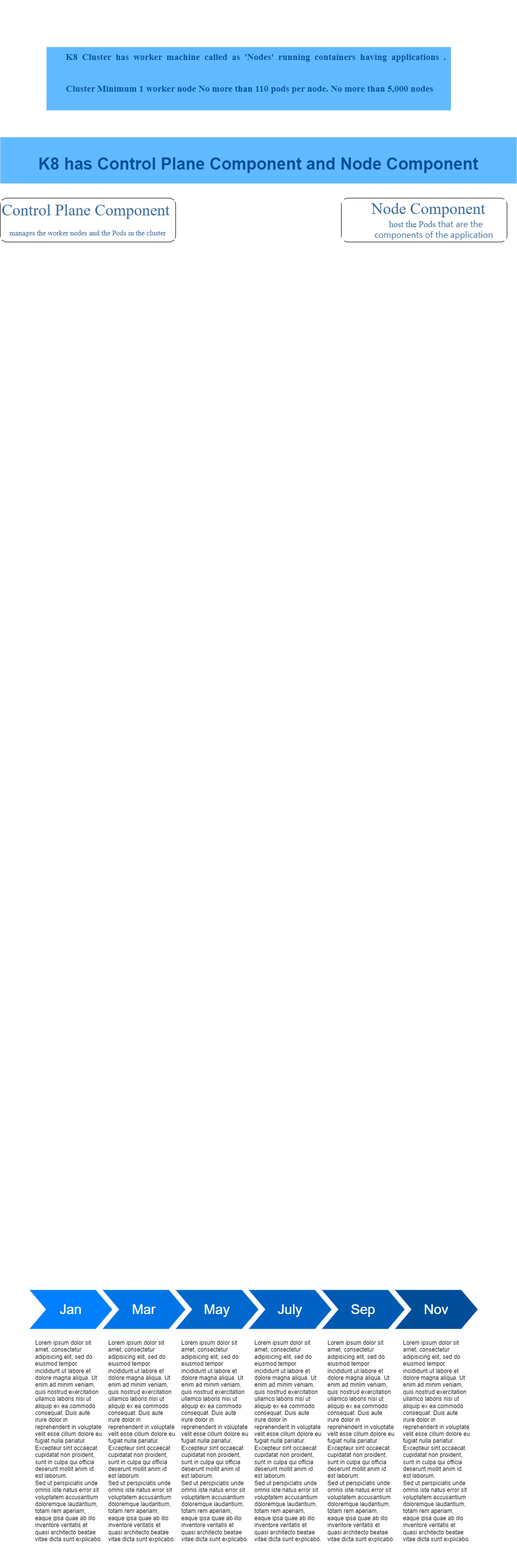
Before: k8 components.drawio.png, a diagram exported from draw.io (zagianp/website1). Source tidied: cells renumbered, new cells last; positions are measured from the earlier drawing's top-left corner, leaving out a move shared by most shapes.
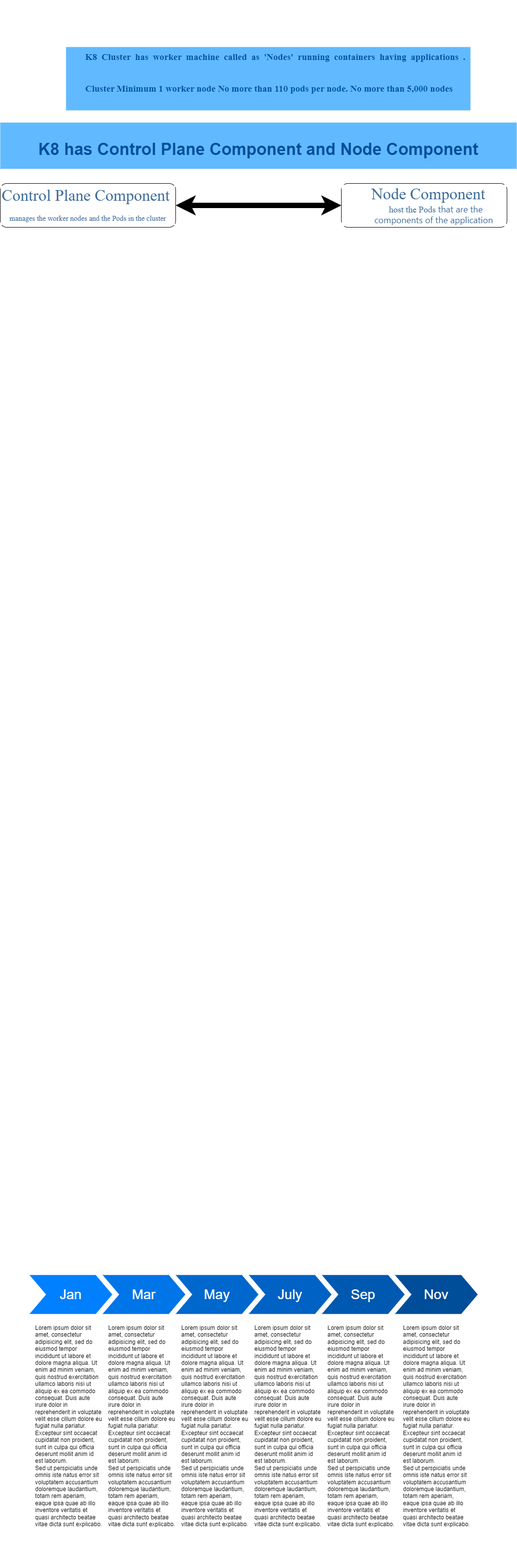
Above is the later version.

Change to the diagram source:
```diff
@@ -42,7 +42,7 @@
       <mxGeometry x="825" y="2650" width="140" height="470" as="geometry" />
     </mxCell>
     <mxCell id="15" value="&lt;p style=&quot;line-height: 50%;&quot;&gt;&lt;/p&gt;&lt;blockquote style=&quot;margin: 0 0 0 40px; border: none; padding: 0px;&quot;&gt;&lt;h4 style=&quot;text-align: justify;&quot;&gt;&lt;font face=&quot;Times New Roman&quot; style=&quot;font-size: 19px;&quot;&gt;K8 Cluster has worker machine called as 'Nodes' running containers having applications . Cluster Minimum 1 worker node&amp;nbsp;No more than 110 pods per node. No more than 5,000 nodes&lt;/font&gt;&lt;/h4&gt;&lt;/blockquote&gt;&lt;br&gt;&lt;p&gt;&lt;/p&gt;" style="text;html=1;strokeColor=none;fillColor=#61BAFF;align=center;verticalAlign=middle;whiteSpace=wrap;fontSize=54;fontStyle=1;fontColor=#004D99;spacing=1;spacingRight=10;spacingBottom=-68;spacingTop=2;" parent="1" vertex="1">
-      <mxGeometry x="95" width="830" height="130" as="geometry" />
+      <mxGeometry x="135" y="30" width="830" height="130" as="geometry" />
     </mxCell>
     <mxCell id="16" value="&lt;font style=&quot;font-size: 33px;&quot;&gt;Control Plane Component&amp;nbsp;&lt;/font&gt; &lt;font style=&quot;font-size: 15px;&quot;&gt;manages the worker nodes and the Pods in the cluster&lt;/font&gt;" style="rounded=1;whiteSpace=wrap;html=1;fontFamily=Times New Roman;fontSize=34;fontColor=#3a6a98;labelBackgroundColor=default;" parent="1" vertex="1">
       <mxGeometry y="310" width="360" height="90" as="geometry" />
@@ -50,5 +50,8 @@
     <mxCell id="17" value="&lt;blockquote style=&quot;margin: 0px 0px 0px 40px; border: none; padding: 0px;&quot;&gt;&lt;div style=&quot;&quot;&gt;&lt;font style=&quot;font-size: 33px;&quot;&gt;Node Component&lt;/font&gt;&lt;font style=&quot;font-size: 18px;&quot;&gt;&amp;nbsp; &amp;nbsp; &amp;nbsp; &amp;nbsp;&amp;nbsp;&lt;/font&gt;&lt;font style=&quot;font-size: 18px;&quot;&gt;host the&amp;nbsp;Pods&amp;nbsp;&lt;font color=&quot;#3a6a98&quot; style=&quot;font-size: 18px;&quot;&gt;&lt;span style=&quot;font-family: &amp;quot;open sans&amp;quot;, -apple-system, BlinkMacSystemFont, &amp;quot;segoe ui&amp;quot;, Roboto, &amp;quot;helvetica neue&amp;quot;, Arial, sans-serif, &amp;quot;apple color emoji&amp;quot;, &amp;quot;segoe ui emoji&amp;quot;, &amp;quot;segoe ui symbol&amp;quot;; font-size: 18px;&quot;&gt;that are the components of the application&lt;/span&gt;&lt;/font&gt;&lt;/font&gt;&lt;br style=&quot;font-size: 18px;&quot;&gt;&lt;/div&gt;&lt;/blockquote&gt;" style="rounded=1;whiteSpace=wrap;html=1;fontFamily=Times New Roman;fontSize=18;fontColor=#3a6a98;labelBackgroundColor=default;" parent="1" vertex="1">
       <mxGeometry x="700" y="310" width="340" height="90" as="geometry" />
     </mxCell>
+    <mxCell id="18" style="endArrow=classic;startArrow=classic;html=1;rounded=0;fontFamily=Times New Roman;fontSize=58;fontColor=#080808;entryX=0;entryY=0.5;entryDx=0;entryDy=0;exitX=1;exitY=0.5;exitDx=0;exitDy=0;fontStyle=1;strokeWidth=11;" parent="1" edge="1" source="16" target="17">
+      <mxGeometry relative="1" as="geometry" />
+    </mxCell>
   </root>
 </mxGraphModel>
```
